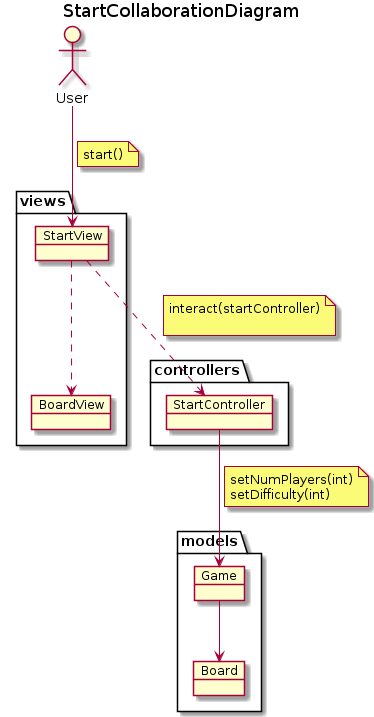
Before: docs/output/analysis/use-cases/StartCollaborationDiagram.png, a diagram exported from PlantUML (Master-Desarrollo-20-21/patrones-diseno---practica-final---juego-de-las-damas-fraylopez). The source it was exported from:
```plantuml
@startuml StartCollaborationDiagram
title StartCollaborationDiagram
allow_mixing

actor User

package controllers  {

    object  StartController{

    }
}


package models  {

    object  Board{

    }

    object Game{

    }

    Game --> Board

}


package views {
    object BoardView{

    }

    object StartView{

    }


}

User --> StartView
note on link
    start()
end note

StartView ..> BoardView

StartView ..> StartController
note on link
    interact(startController)

end note
StartController --> Game
note on link
    setNumPlayers(int)
    setDifficulty(int)
end note

@enduml
```
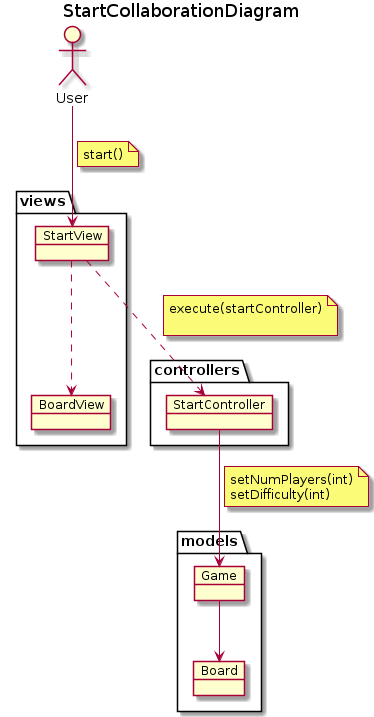
Later version of the same file.

The edit, as a diff of the source:
```diff
@@ -48,7 +48,7 @@
 
 StartView ..> StartController
 note on link
-    interact(startController)
+    execute(startController)
 
 end note
 StartController --> Game
```
